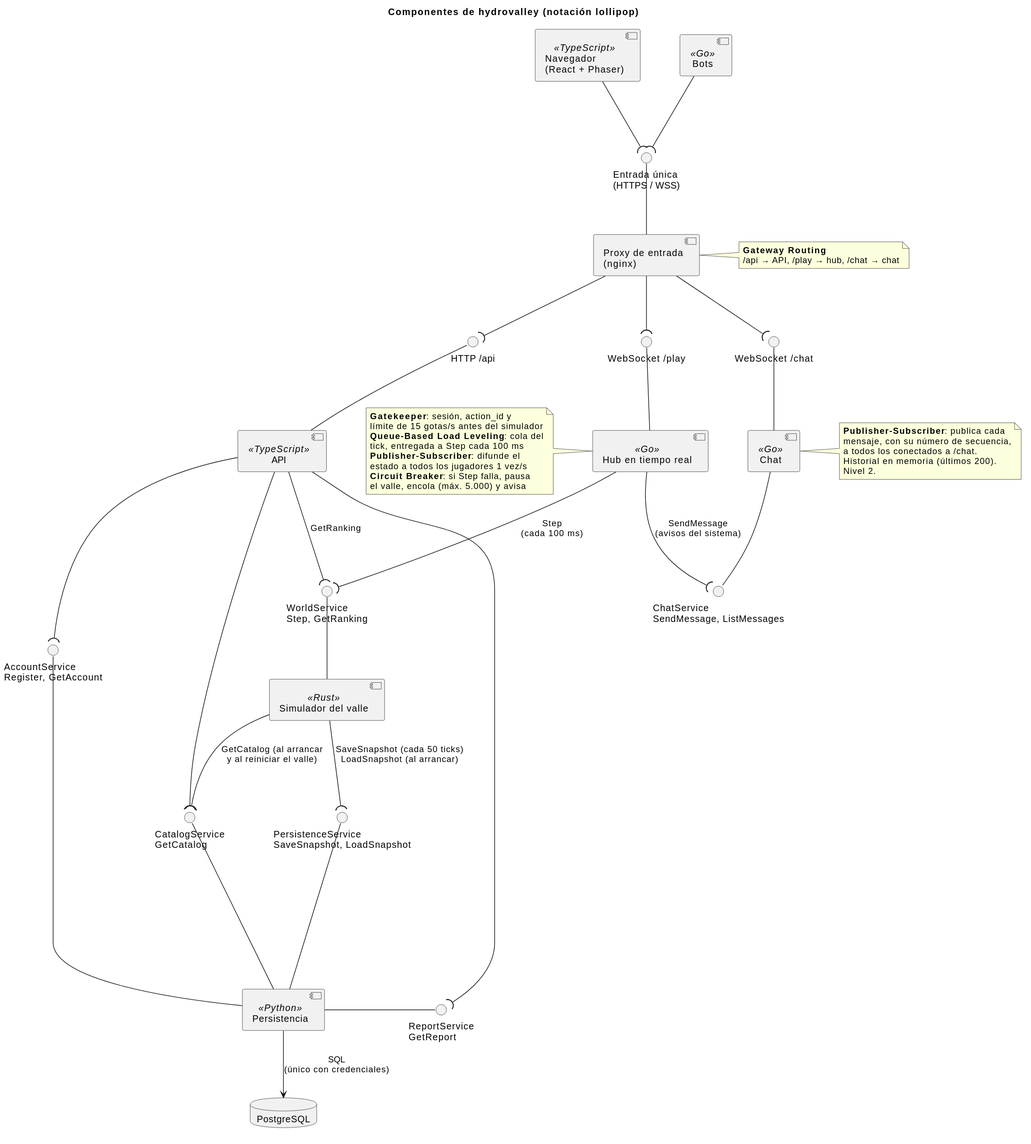
Above: docs/diagrams/02-componentes.svg in iadev2005/hydrovalley (PlantUML), before the change.
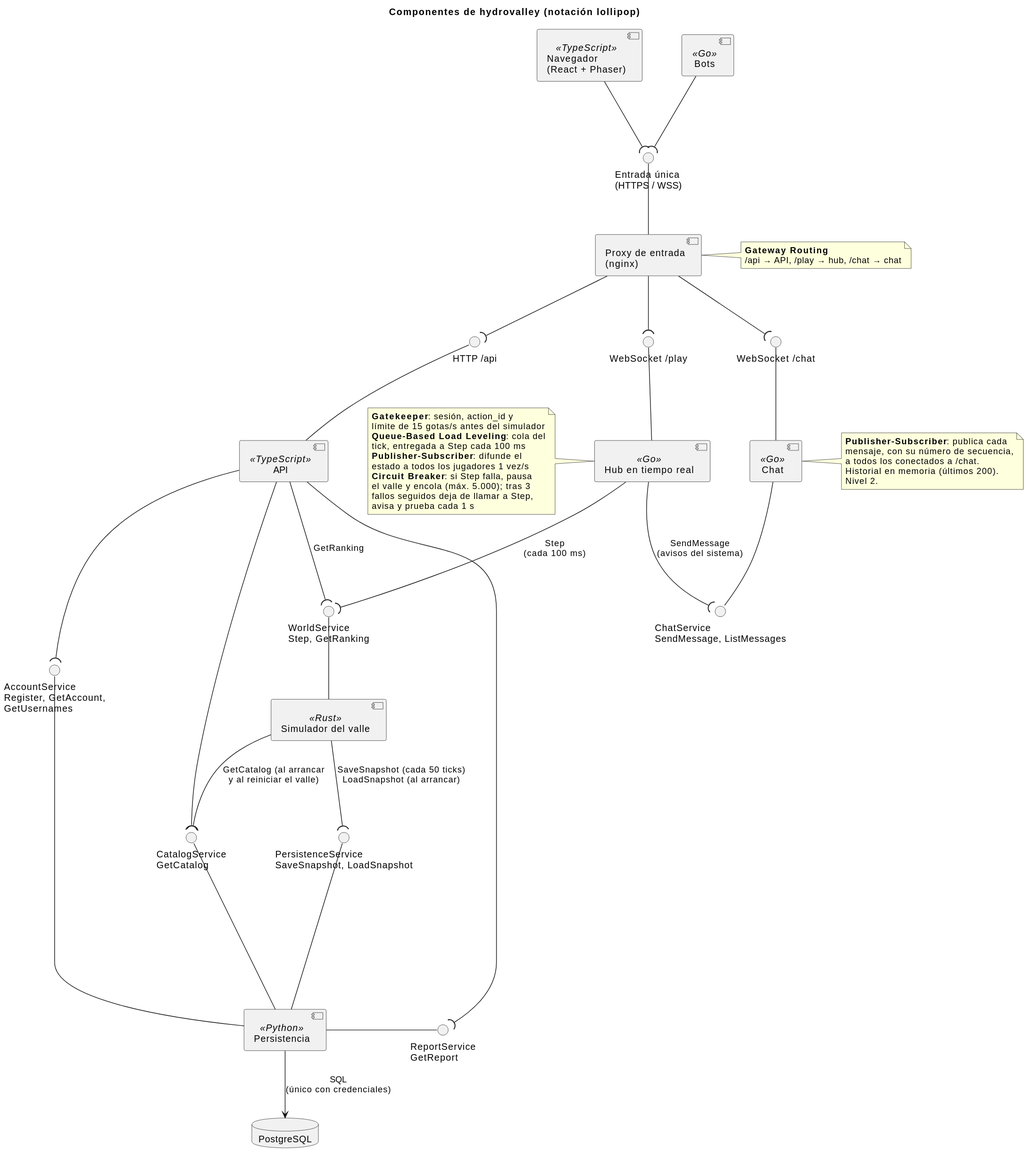
Above is the later version.

What changed in the source:
```diff
@@ -24,7 +24,7 @@
 () "WorldService\nStep, GetRanking" as I_World
 () "ChatService\nSendMessage, ListMessages" as I_ChatSvc
 () "PersistenceService\nSaveSnapshot, LoadSnapshot" as I_Persistence
-() "AccountService\nRegister, GetAccount" as I_Account
+() "AccountService\nRegister, GetAccount,\nGetUsernames" as I_Account
 () "CatalogService\nGetCatalog" as I_Catalog
 () "ReportService\nGetReport" as I_Report
 
@@ -75,7 +75,9 @@
   <b>Publisher-Subscriber</b>: difunde el
   estado a todos los jugadores 1 vez/s
   <b>Circuit Breaker</b>: si Step falla, pausa
-  el valle, encola (máx. 5.000) y avisa
+  el valle y encola (máx. 5.000); tras 3
+  fallos seguidos deja de llamar a Step,
+  avisa y prueba cada 1 s
 end note
 
 note right of Chat
```
